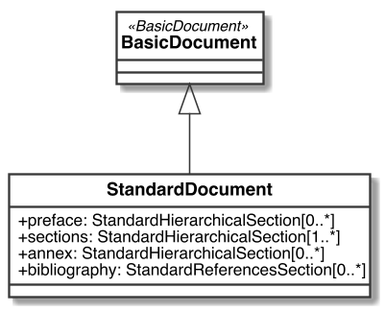
Above: standoc/images/StandardDoc_StandardDocument.png in metanorma/standoc-models (PlantUML), before the change.
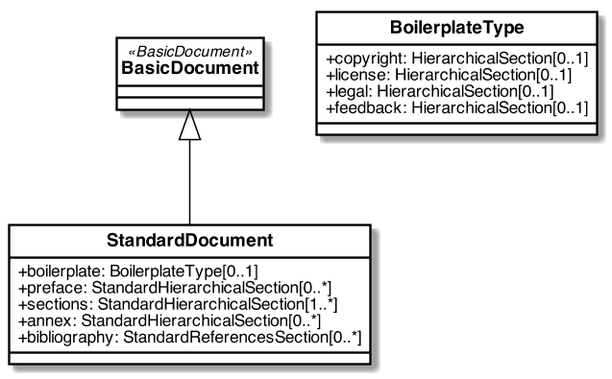
Above is the later version.

Commit message:
boilerplate; https://github.com/metanorma/metanorma-model-standoc/issues/7

Diff of the diagram source:
```diff
@@ -1,48 +1,65 @@
 @startuml StandardDoc_StandardDocument
 
-skinparam classAttributeIconSize 0
+
 skinparam Dpi 150
-skinparam Monochrome true
+skinparam Monochrome false
 skinparam LineType ortho
 hide circle
 skinparam Default {
-TextAlignment center
-FontName Helvetica
+  TextAlignment center
+  FontName Helvetica
 }
 skinparam Class {
-AttributeIconSize 0
-BackgroundColor White
-FontStyle bold
-StereotypeFontSize 10
+  AttributeIconSize 0
+  BackgroundColor White
+  ArrowColor Black
+  BorderColor Black
+  FontStyle bold
+  StereotypeFontSize 10
 }
 skinparam Rectangle {
-BackgroundColor White
-FontStyle bold
-FontSize 11
-StereotypeFontSize 10
+  BackgroundColor White
+  ArrowColor Black
+  BorderColor Black
+  FontStyle bold
+  FontSize 11
+  StereotypeFontSize 10
 }
 skinparam Object {
-BackgroundColor White
-FontStyle bold
-FontSize 11
-StereotypeFontSize 10
+  BackgroundColor White
+  ArrowColor Black
+  BorderColor Black
+  FontStyle bold
+  FontSize 11
+  StereotypeFontSize 10
 }
 
 skinparam Entity {
-StereotypeFontSize 10
+  StereotypeFontSize 10
 }
+
+
+
 
 class BasicDocument <<BasicDocument>> {
 
 }
 
 class StandardDocument {
+    +boilerplate: BoilerplateType[0..1]
     +preface: StandardHierarchicalSection[0..*]
     +sections: StandardHierarchicalSection[1..*]
     +annex: StandardHierarchicalSection[0..*]
     +bibliography: StandardReferencesSection[0..*]
 }
 
+class BoilerplateType {
+    + copyright: HierarchicalSection[0..1]
+    + license: HierarchicalSection[0..1]
+    + legal: HierarchicalSection[0..1]
+    + feedback: HierarchicalSection[0..1]
+}
+
 
 BasicDocument <|-- StandardDocument
 
```
